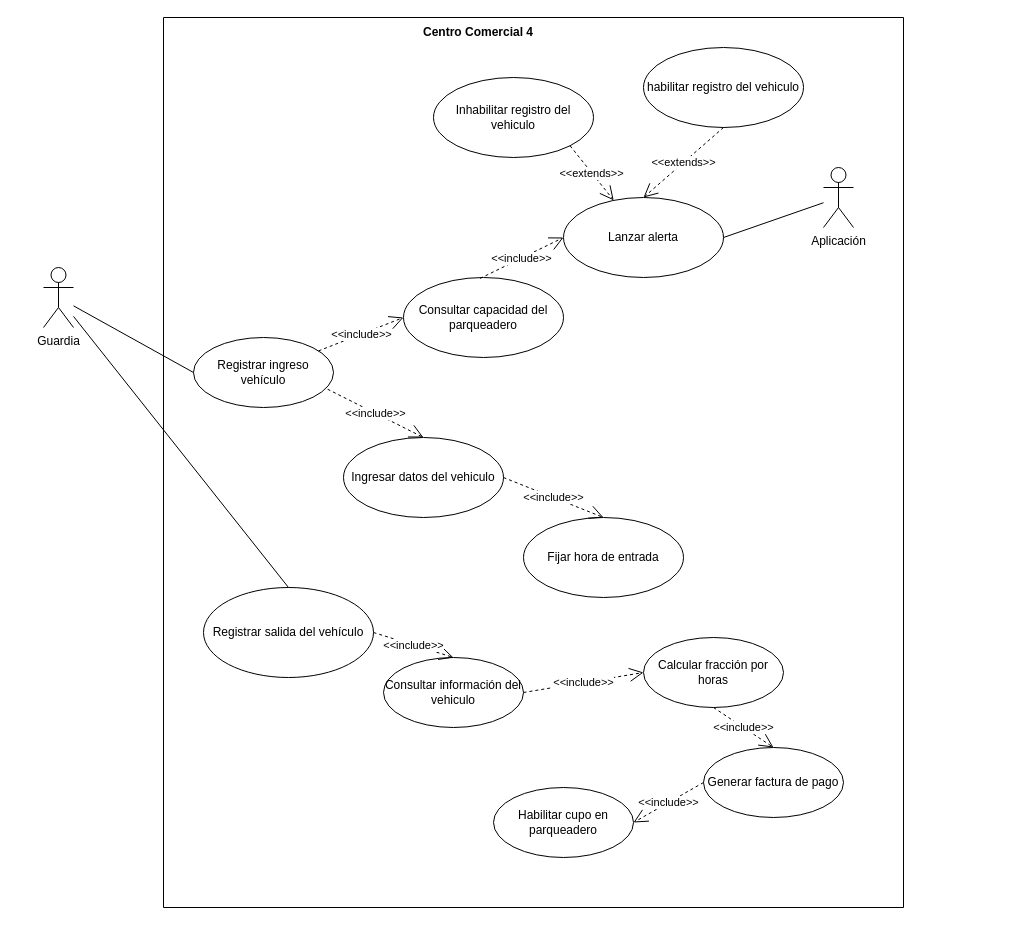
Earlier version of the draw.io diagram page "Página-5" (5 of 5) of Diagrama sin título.drawio (dvdm12/Exercices). Source tidied: cells renumbered, new cells numbered last; positions are measured from the earlier drawing's top-left corner, leaving out a move shared by most shapes. Both pictures are drawn from the tidied source at 100%, with x=0, y=0 at pixel (43, 17).
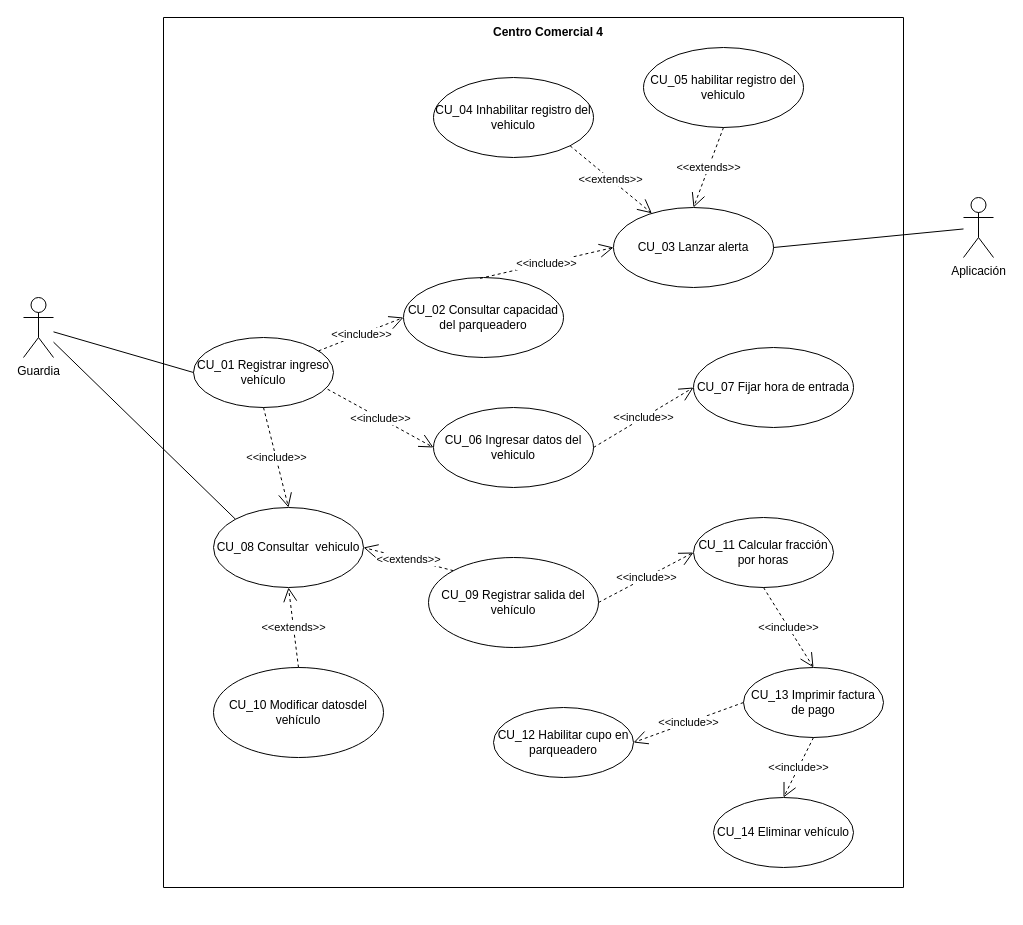
The same page after the edit.

Change to the diagram source:
```diff
@@
     <mxCell id="2" style="swimlane;startSize=0;" parent="1" vertex="1">
-      <mxGeometry x="120" width="740" height="890" as="geometry" />
+      <mxGeometry x="120" width="740" height="870" as="geometry" />
     </mxCell>
     <mxCell id="3" value="Centro Comercial 4" style="text;html=1;strokeColor=none;fillColor=none;align=center;verticalAlign=middle;whiteSpace=wrap;rounded=0;fontStyle=1;" parent="2" vertex="1">
-      <mxGeometry x="250" width="130" height="30" as="geometry" />
+      <mxGeometry x="320" width="130" height="30" as="geometry" />
     </mxCell>
-    <mxCell id="4" value="Registrar ingreso vehículo" style="ellipse;whiteSpace=wrap;html=1;" parent="2" vertex="1">
+    <mxCell id="4" value="CU_01 Registrar ingreso vehículo" style="ellipse;whiteSpace=wrap;html=1;" parent="2" vertex="1">
       <mxGeometry x="30" y="320" width="140" height="70" as="geometry" />
     </mxCell>
-    <mxCell id="5" value="Consultar capacidad del parqueadero" style="ellipse;whiteSpace=wrap;html=1;" parent="2" vertex="1">
+    <mxCell id="5" value="CU_02 Consultar capacidad del parqueadero" style="ellipse;whiteSpace=wrap;html=1;" parent="2" vertex="1">
       <mxGeometry x="240" y="260" width="160" height="80" as="geometry" />
     </mxCell>
@@
-    <mxCell id="7" value="Ingresar datos del vehiculo" style="ellipse;whiteSpace=wrap;html=1;" parent="2" vertex="1">
-      <mxGeometry x="180" y="420" width="160" height="80" as="geometry" />
+    <mxCell id="7" value="CU_06 Ingresar datos del vehiculo" style="ellipse;whiteSpace=wrap;html=1;" parent="2" vertex="1">
+      <mxGeometry x="270" y="390" width="160" height="80" as="geometry" />
     </mxCell>
-    <mxCell id="8" value="&amp;lt;&amp;lt;include&amp;gt;&amp;gt;" style="endArrow=open;endSize=12;dashed=1;html=1;rounded=0;entryX=0.5;entryY=0;entryDx=0;entryDy=0;exitX=0.958;exitY=0.739;exitDx=0;exitDy=0;exitPerimeter=0;" parent="2" edge="1" source="4" target="7">
+    <mxCell id="8" value="&amp;lt;&amp;lt;include&amp;gt;&amp;gt;" style="endArrow=open;endSize=12;dashed=1;html=1;rounded=0;entryX=0;entryY=0.5;entryDx=0;entryDy=0;exitX=0.958;exitY=0.739;exitDx=0;exitDy=0;exitPerimeter=0;" parent="2" edge="1" source="4" target="7">
       <mxGeometry relative="1" as="geometry" />
     </mxCell>
-    <mxCell id="9" value="Lanzar alerta " style="ellipse;whiteSpace=wrap;html=1;" parent="2" vertex="1">
-      <mxGeometry x="400" y="180" width="160" height="80" as="geometry" />
+    <mxCell id="9" value="CU_03 Lanzar alerta " style="ellipse;whiteSpace=wrap;html=1;" parent="2" vertex="1">
+      <mxGeometry x="450" y="190" width="160" height="80" as="geometry" />
     </mxCell>
-    <mxCell id="10" value="Inhabilitar registro del vehiculo" style="ellipse;whiteSpace=wrap;html=1;" parent="2" vertex="1">
+    <mxCell id="10" value="CU_04 Inhabilitar registro del vehiculo" style="ellipse;whiteSpace=wrap;html=1;" parent="2" vertex="1">
       <mxGeometry x="270" y="60" width="160" height="80" as="geometry" />
     </mxCell>
-    <mxCell id="11" value="habilitar registro del vehiculo" style="ellipse;whiteSpace=wrap;html=1;" parent="2" vertex="1">
+    <mxCell id="11" value="CU_05 habilitar registro del vehiculo" style="ellipse;whiteSpace=wrap;html=1;" parent="2" vertex="1">
       <mxGeometry x="480" y="30" width="160" height="80" as="geometry" />
     </mxCell>
@@
-    <mxCell id="15" value="Registrar salida del vehículo" style="ellipse;whiteSpace=wrap;html=1;" parent="2" vertex="1">
-      <mxGeometry x="40" y="570" width="170" height="90" as="geometry" />
+    <mxCell id="15" value="CU_09 Registrar salida del vehículo" style="ellipse;whiteSpace=wrap;html=1;" parent="2" vertex="1">
+      <mxGeometry x="265" y="540" width="170" height="90" as="geometry" />
     </mxCell>
-    <mxCell id="16" value="Fijar hora de entrada" style="ellipse;whiteSpace=wrap;html=1;" parent="2" vertex="1">
-      <mxGeometry x="360" y="500" width="160" height="80" as="geometry" />
+    <mxCell id="16" value="CU_07 Fijar hora de entrada" style="ellipse;whiteSpace=wrap;html=1;" parent="2" vertex="1">
+      <mxGeometry x="530" y="330" width="160" height="80" as="geometry" />
     </mxCell>
-    <mxCell id="17" value="&amp;lt;&amp;lt;include&amp;gt;&amp;gt;" style="endArrow=open;endSize=12;dashed=1;html=1;rounded=0;entryX=0.5;entryY=0;entryDx=0;entryDy=0;exitX=1;exitY=0.5;exitDx=0;exitDy=0;" parent="2" edge="1" source="7" target="16">
+    <mxCell id="17" value="&amp;lt;&amp;lt;include&amp;gt;&amp;gt;" style="endArrow=open;endSize=12;dashed=1;html=1;rounded=0;entryX=0;entryY=0.5;entryDx=0;entryDy=0;exitX=1;exitY=0.5;exitDx=0;exitDy=0;" parent="2" edge="1" source="7" target="16">
       <mxGeometry relative="1" as="geometry" />
     </mxCell>
-    <mxCell id="18" value="Calcular fracción por horas" style="ellipse;whiteSpace=wrap;html=1;" parent="2" vertex="1">
-      <mxGeometry x="480" y="620" width="140" height="70" as="geometry" />
+    <mxCell id="18" value="CU_11 Calcular fracción por horas" style="ellipse;whiteSpace=wrap;html=1;" parent="2" vertex="1">
+      <mxGeometry x="530" y="500" width="140" height="70" as="geometry" />
     </mxCell>
-    <mxCell id="19" value="Consultar información del vehiculo" style="ellipse;whiteSpace=wrap;html=1;" parent="2" vertex="1">
-      <mxGeometry x="220" y="640" width="140" height="70" as="geometry" />
+    <mxCell id="19" value="CU_08 Consultar&amp;nbsp; vehiculo" style="ellipse;whiteSpace=wrap;html=1;" parent="2" vertex="1">
+      <mxGeometry x="50" y="490" width="150" height="80" as="geometry" />
     </mxCell>
-    <mxCell id="20" value="&amp;lt;&amp;lt;include&amp;gt;&amp;gt;" style="endArrow=open;endSize=12;dashed=1;html=1;rounded=0;entryX=0.5;entryY=0;entryDx=0;entryDy=0;exitX=1;exitY=0.5;exitDx=0;exitDy=0;" parent="2" edge="1" source="15" target="19">
-      <mxGeometry relative="1" as="geometry" />
-    </mxCell>
-    <mxCell id="21" value="&amp;lt;&amp;lt;include&amp;gt;&amp;gt;" style="endArrow=open;endSize=12;dashed=1;html=1;rounded=0;entryX=0;entryY=0.5;entryDx=0;entryDy=0;exitX=1;exitY=0.5;exitDx=0;exitDy=0;" parent="2" edge="1" source="19" target="18">
+    <mxCell id="21" value="&amp;lt;&amp;lt;include&amp;gt;&amp;gt;" style="endArrow=open;endSize=12;dashed=1;html=1;rounded=0;entryX=0;entryY=0.5;entryDx=0;entryDy=0;exitX=1;exitY=0.5;exitDx=0;exitDy=0;" parent="2" edge="1" source="15" target="18">
       <mxGeometry relative="1" as="geometry" />
     </mxCell>
-    <mxCell id="22" value="Generar factura de pago" style="ellipse;whiteSpace=wrap;html=1;" parent="2" vertex="1">
-      <mxGeometry x="540" y="730" width="140" height="70" as="geometry" />
+    <mxCell id="22" value="CU_13 Imprimir factura de pago" style="ellipse;whiteSpace=wrap;html=1;" parent="2" vertex="1">
+      <mxGeometry x="580" y="650" width="140" height="70" as="geometry" />
     </mxCell>
@@
-    <mxCell id="24" value="Habilitar cupo en parqueadero" style="ellipse;whiteSpace=wrap;html=1;" parent="2" vertex="1">
-      <mxGeometry x="330" y="770" width="140" height="70" as="geometry" />
+    <mxCell id="24" value="CU_12 Habilitar cupo en parqueadero" style="ellipse;whiteSpace=wrap;html=1;" parent="2" vertex="1">
+      <mxGeometry x="330" y="690" width="140" height="70" as="geometry" />
     </mxCell>
@@
+    <mxCell id="31" value="CU_14 Eliminar vehículo" style="ellipse;whiteSpace=wrap;html=1;" parent="2" vertex="1">
+      <mxGeometry x="550" y="780" width="140" height="70" as="geometry" />
+    </mxCell>
+    <mxCell id="32" value="&amp;lt;&amp;lt;include&amp;gt;&amp;gt;" style="endArrow=open;endSize=12;dashed=1;html=1;rounded=0;entryX=0.5;entryY=0;entryDx=0;entryDy=0;exitX=0.5;exitY=1;exitDx=0;exitDy=0;" parent="2" edge="1" source="22" target="31">
+      <mxGeometry relative="1" as="geometry" />
+    </mxCell>
+    <mxCell id="20" value="&amp;lt;&amp;lt;extends&amp;gt;&amp;gt;" style="endArrow=open;endSize=12;dashed=1;html=1;rounded=0;exitX=0;exitY=0;exitDx=0;exitDy=0;entryX=1;entryY=0.5;entryDx=0;entryDy=0;" parent="2" edge="1" source="15" target="19">
+      <mxGeometry relative="1" as="geometry" />
+    </mxCell>
+    <mxCell id="33" value="&amp;lt;&amp;lt;include&amp;gt;&amp;gt;" style="endArrow=open;endSize=12;dashed=1;html=1;rounded=0;entryX=0.5;entryY=0;entryDx=0;entryDy=0;exitX=0.5;exitY=1;exitDx=0;exitDy=0;" parent="2" edge="1" source="4" target="19">
+      <mxGeometry relative="1" as="geometry" />
+    </mxCell>
+    <mxCell id="34" value="CU_10 Modificar datosdel vehículo" style="ellipse;whiteSpace=wrap;html=1;" parent="2" vertex="1">
+      <mxGeometry x="50" y="650" width="170" height="90" as="geometry" />
+    </mxCell>
+    <mxCell id="35" value="&amp;lt;&amp;lt;extends&amp;gt;&amp;gt;" style="endArrow=open;endSize=12;dashed=1;html=1;rounded=0;exitX=0.5;exitY=0;exitDx=0;exitDy=0;entryX=0.5;entryY=1;entryDx=0;entryDy=0;" parent="2" edge="1" source="34" target="19">
+      <mxGeometry relative="1" as="geometry" />
+    </mxCell>
     <mxCell id="26" value="Aplicación" style="shape=umlActor;verticalLabelPosition=bottom;verticalAlign=top;html=1;outlineConnect=0;" parent="1" vertex="1">
-      <mxGeometry x="780" y="150" width="30" height="60" as="geometry" />
+      <mxGeometry x="920" y="180" width="30" height="60" as="geometry" />
     </mxCell>
     <mxCell id="27" value="Guardia" style="shape=umlActor;verticalLabelPosition=bottom;verticalAlign=top;html=1;outlineConnect=0;" parent="1" vertex="1">
-      <mxGeometry y="250" width="30" height="60" as="geometry" />
+      <mxGeometry x="-20" y="280" width="30" height="60" as="geometry" />
     </mxCell>
@@
-    <mxCell id="30" style="endArrow=none;html=1;rounded=0;entryX=0.5;entryY=0;entryDx=0;entryDy=0;" parent="1" edge="1" source="27" target="15">
+    <mxCell id="30" style="endArrow=none;html=1;rounded=0;entryX=0;entryY=0;entryDx=0;entryDy=0;" parent="1" edge="1" source="27" target="19">
       <mxGeometry relative="1" as="geometry" />
     </mxCell>
```
